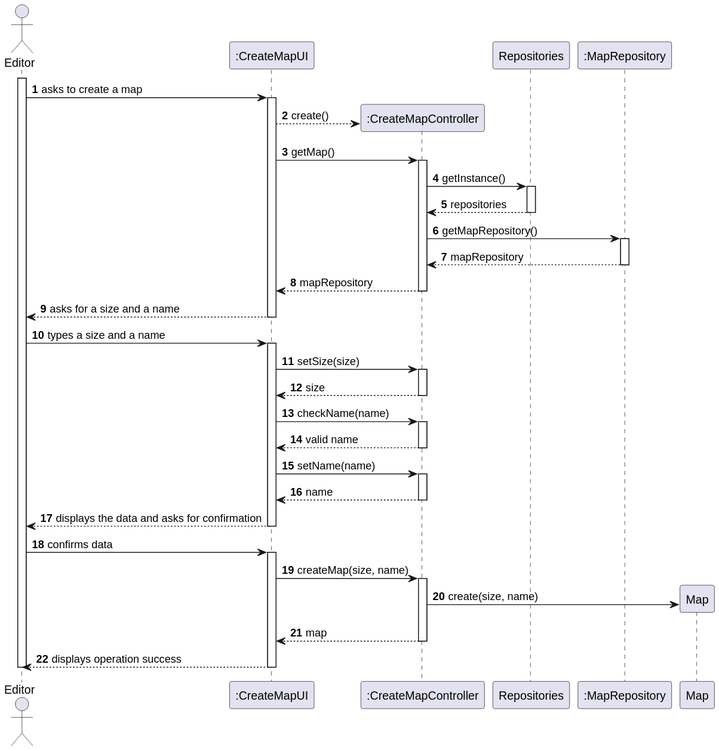
1240935/pi2-railway-simulator keeps this PlantUML diagram as Sprint3/US001/03.design/svg/US001-SD-full.svg. Above is the earlier version. Source of this version:
```plantuml
@startuml
skinparam packageStyle rectangle
skinparam shadowing false

autonumber


    actor "Editor" as EDITOR
    participant ":CreateMapUI" as UI
    participant ":CreateMapController" as CTRL
    participant "Repositories" as REPOS
    participant ":MapRepository" as MAP_REPO
    participant "Map" as MAP

    activate EDITOR

        EDITOR -> UI : asks to create a map
        activate UI
            UI --> CTRL** : create()

            UI -> CTRL : getMap()
            activate CTRL
              CTRL -> REPOS : getInstance()
              activate REPOS
                REPOS --> CTRL: repositories
              deactivate REPOS
                CTRL -> MAP_REPO : getMapRepository()
              activate MAP_REPO
                MAP_REPO --> CTRL: mapRepository
              deactivate MAP_REPO
                CTRL --> UI : mapRepository
            deactivate CTRL

            UI --> EDITOR : asks for a size and a name
        deactivate UI

        EDITOR -> UI :  types a size and a name
        activate UI
            UI -> CTRL: setSize(size)
            activate CTRL
                CTRL --> UI : size
            deactivate CTRL
            UI -> CTRL: checkName(name)
            activate CTRL
                CTRL --> UI : valid name
            deactivate CTRL
            UI -> CTRL: setName(name)
            activate CTRL
            CTRL --> UI: name
            deactivate CTRL

            UI --> EDITOR : displays the data and asks for confirmation

        deactivate UI

        EDITOR -> UI : confirms data
        activate UI

            UI -> CTRL : createMap(size, name)
            activate CTRL
                CTRL -> MAP**: create(size, name)

                CTRL --> UI : map
                deactivate CTRL
            UI --> EDITOR : displays operation success
        deactivate UI

    deactivate EDITOR
    @enduml
```
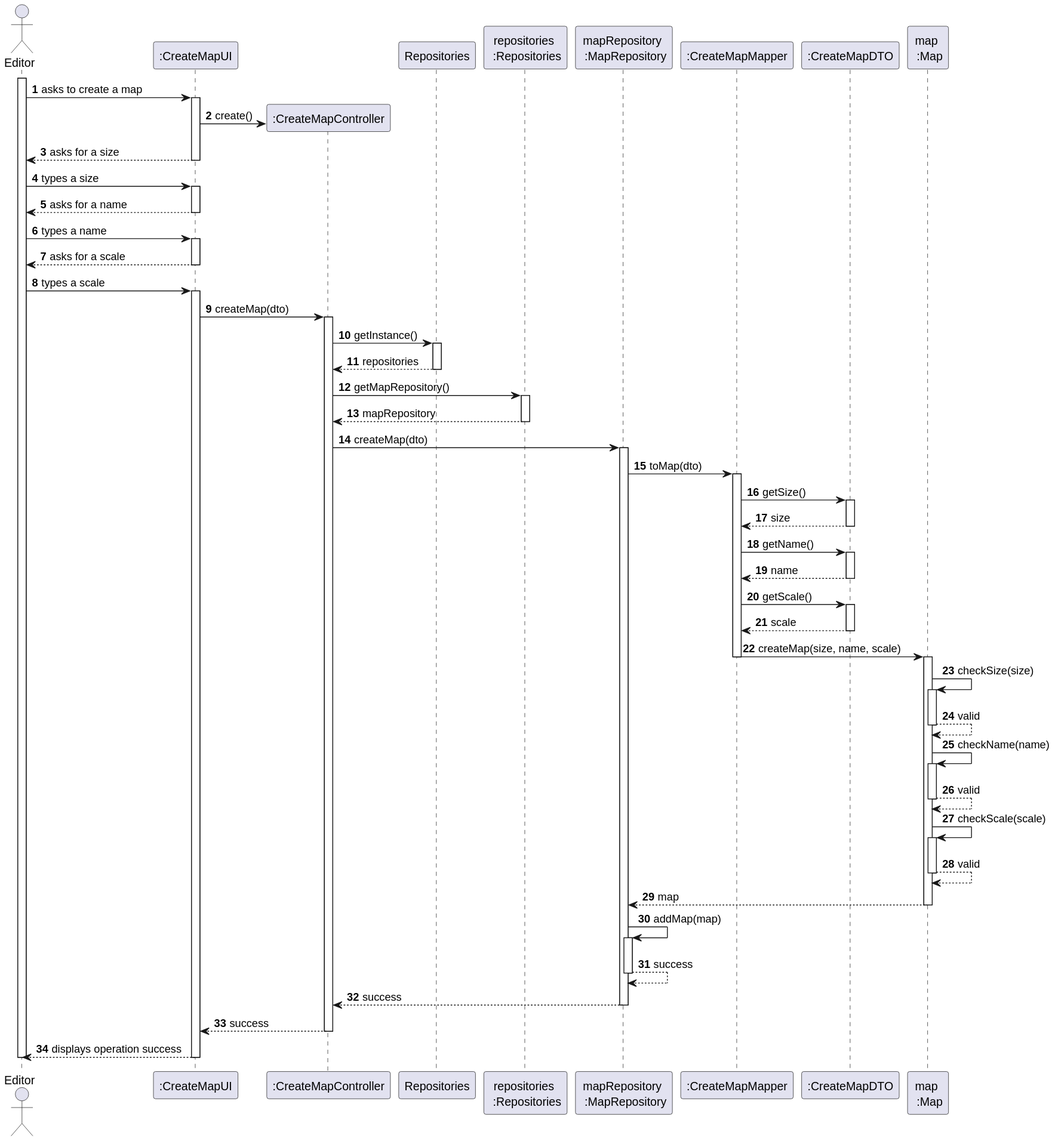
The same file after the commit.

What changed in the source:
```diff
@@ -5,65 +5,105 @@
 autonumber
 
 
-    actor "Editor" as EDITOR
-    participant ":CreateMapUI" as UI
-    participant ":CreateMapController" as CTRL
-    participant "Repositories" as REPOS
-    participant ":MapRepository" as MAP_REPO
-    participant "Map" as MAP
+actor "Editor" as EDITOR
+participant ":CreateMapUI" as UI
+participant ":CreateMapController" as CTRL
+participant "Repositories" as REPOS
+participant "repositories \n :Repositories" as REPO_SINGLETON
+participant "mapRepository \n :MapRepository" as MAP_REPO
+participant ":CreateMapMapper" as MAPPER
+participant ":CreateMapDTO" as DTO
+participant "map \n :Map" as MAP
 
-    activate EDITOR
+activate EDITOR
 
-        EDITOR -> UI : asks to create a map
-        activate UI
-            UI --> CTRL** : create()
+EDITOR -> UI : asks to create a map
+activate UI
 
-            UI -> CTRL : getMap()
-            activate CTRL
-              CTRL -> REPOS : getInstance()
-              activate REPOS
-                REPOS --> CTRL: repositories
-              deactivate REPOS
-                CTRL -> MAP_REPO : getMapRepository()
-              activate MAP_REPO
-                MAP_REPO --> CTRL: mapRepository
-              deactivate MAP_REPO
-                CTRL --> UI : mapRepository
-            deactivate CTRL
+    UI -> CTRL** : create()
+    UI --> EDITOR : asks for a size
+deactivate UI
 
-            UI --> EDITOR : asks for a size and a name
-        deactivate UI
+EDITOR -> UI : types a size
+activate UI
 
-        EDITOR -> UI :  types a size and a name
-        activate UI
-            UI -> CTRL: setSize(size)
-            activate CTRL
-                CTRL --> UI : size
-            deactivate CTRL
-            UI -> CTRL: checkName(name)
-            activate CTRL
-                CTRL --> UI : valid name
-            deactivate CTRL
-            UI -> CTRL: setName(name)
-            activate CTRL
-            CTRL --> UI: name
-            deactivate CTRL
+    UI --> EDITOR : asks for a name
+deactivate UI
 
-            UI --> EDITOR : displays the data and asks for confirmation
+EDITOR -> UI :  types a name
+activate UI
 
-        deactivate UI
+UI --> EDITOR : asks for a scale
+deactivate UI
 
-        EDITOR -> UI : confirms data
-        activate UI
+EDITOR -> UI :  types a scale
+activate UI
 
-            UI -> CTRL : createMap(size, name)
-            activate CTRL
-                CTRL -> MAP**: create(size, name)
+UI -> CTRL : createMap(dto)
+activate CTRL
 
-                CTRL --> UI : map
-                deactivate CTRL
-            UI --> EDITOR : displays operation success
-        deactivate UI
+CTRL -> REPOS : getInstance()
+activate REPOS
 
-    deactivate EDITOR
-    @enduml
+    REPOS --> CTRL : repositories
+deactivate REPOS
+
+CTRL -> REPO_SINGLETON : getMapRepository()
+activate REPO_SINGLETON
+REPO_SINGLETON --> CTRL: mapRepository
+deactivate REPO_SINGLETON
+CTRL -> MAP_REPO: createMap(dto)
+activate MAP_REPO
+
+MAP_REPO -> MAPPER : toMap(dto)
+activate MAPPER
+
+MAPPER -> DTO: getSize()
+activate DTO
+
+DTO --> MAPPER: size
+deactivate DTO
+MAPPER -> DTO: getName()
+activate DTO
+
+DTO --> MAPPER: name
+deactivate DTO
+MAPPER -> DTO: getScale()
+activate DTO
+
+DTO --> MAPPER: scale
+deactivate DTO
+MAPPER -> MAP: createMap(size, name, scale)
+deactivate
+    activate MAP
+        MAP -> MAP : checkSize(size)
+        activate MAP
+        MAP --> MAP : valid
+        deactivate MAP
+
+        MAP -> MAP : checkName(name)
+        activate MAP
+        MAP --> MAP : valid
+        deactivate MAP
+
+        MAP -> MAP : checkScale(scale)
+                activate MAP
+                MAP --> MAP : valid
+                deactivate MAP
+
+        MAP --> MAP_REPO : map
+    deactivate MAP
+
+    MAP_REPO -> MAP_REPO : addMap(map)
+    activate MAP_REPO
+    MAP_REPO --> MAP_REPO: success
+    deactivate MAP_REPO
+    MAP_REPO --> CTRL : success
+deactivate MAP_REPO
+
+CTRL --> UI : success
+deactivate CTRL
+UI --> EDITOR : displays operation success
+deactivate UI
+deactivate EDITOR
+@enduml
```
